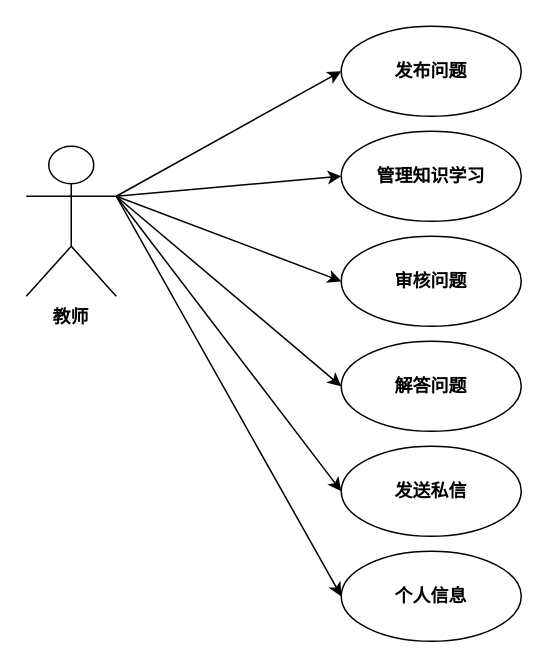
Before: 教师用例图.drawio in ov0-0vo/1, a draw.io diagram. Source tidied: cells renumbered, new cells numbered last; positions are measured from the earlier drawing's top-left corner, leaving out a move shared by most shapes. Both pictures are drawn from the tidied source at 150%, with x=0, y=0 at pixel (26, 26).
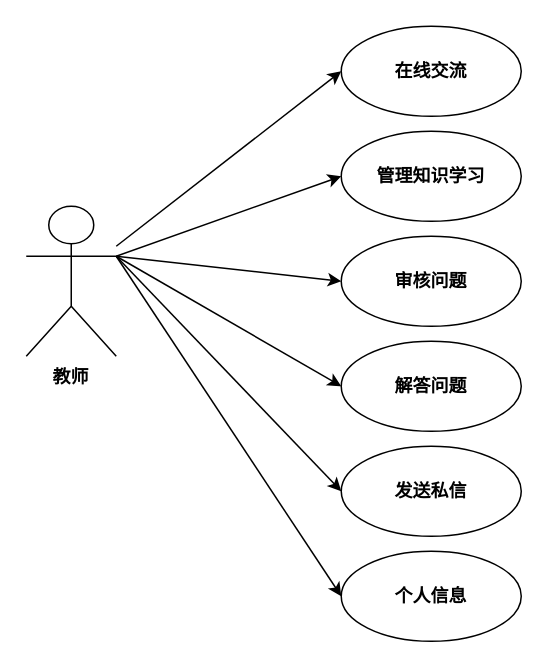
The same page after the edit.

Commit message:
更新教师用例图.drawio

Change to the diagram source:
```diff
@@
 <mxGraphModel>
   <root>
     <mxCell id="0" />
     <mxCell id="1" parent="0" />
-    <mxCell id="2" value="发布问题" style="rounded=1;whiteSpace=wrap;html=1;fontFamily=Helvetica;fontStyle=1;shape=ellipse;perimeter=ellipsePerimeter;" parent="1" vertex="1">
+    <mxCell id="2" value="在线交流" style="rounded=1;whiteSpace=wrap;html=1;fontFamily=Helvetica;fontStyle=1;shape=ellipse;perimeter=ellipsePerimeter;" parent="1" vertex="1">
       <mxGeometry x="210" width="120" height="60" as="geometry" />
     </mxCell>
     <mxCell id="3" style="rounded=0;jettySize=auto;html=1;entryX=0;entryY=0.5;entryDx=0;entryDy=0;" parent="1" edge="1" source="9" target="2">
       <mxGeometry relative="1" as="geometry" />
     </mxCell>
     <mxCell id="4" style="edgeStyle=none;shape=connector;rounded=0;jettySize=auto;html=1;entryX=0;entryY=0.5;entryDx=0;entryDy=0;labelBackgroundColor=default;fontFamily=Helvetica;fontSize=12;fontColor=default;endArrow=classic;exitX=1;exitY=0.3333333333333333;exitDx=0;exitDy=0;exitPerimeter=0;" parent="1" edge="1" source="9" target="10">
       <mxGeometry relative="1" as="geometry" />
     </mxCell>
     <mxCell id="5" style="edgeStyle=none;shape=connector;rounded=0;jettySize=auto;html=1;labelBackgroundColor=default;fontFamily=Helvetica;fontSize=12;fontColor=default;endArrow=classic;entryX=0;entryY=0.5;entryDx=0;entryDy=0;exitX=1;exitY=0.3333333333333333;exitDx=0;exitDy=0;exitPerimeter=0;" parent="1" edge="1" source="9" target="11">
       <mxGeometry relative="1" as="geometry" />
     </mxCell>
     <mxCell id="6" style="edgeStyle=none;shape=connector;rounded=0;jettySize=auto;html=1;entryX=0;entryY=0.5;entryDx=0;entryDy=0;labelBackgroundColor=default;fontFamily=Helvetica;fontSize=12;fontColor=default;endArrow=classic;exitX=1;exitY=0.3333333333333333;exitDx=0;exitDy=0;exitPerimeter=0;" parent="1" edge="1" source="9" target="12">
       <mxGeometry relative="1" as="geometry" />
     </mxCell>
     <mxCell id="7" style="edgeStyle=none;shape=connector;rounded=0;jettySize=auto;html=1;exitX=1;exitY=0.3333333333333333;exitDx=0;exitDy=0;exitPerimeter=0;entryX=0;entryY=0.5;entryDx=0;entryDy=0;labelBackgroundColor=default;fontFamily=Helvetica;fontSize=12;fontColor=default;endArrow=classic;" parent="1" edge="1" source="9" target="13">
       <mxGeometry relative="1" as="geometry" />
     </mxCell>
     <mxCell id="8" style="edgeStyle=none;shape=connector;rounded=0;jettySize=auto;html=1;exitX=1;exitY=0.3333333333333333;exitDx=0;exitDy=0;exitPerimeter=0;entryX=0;entryY=0.5;entryDx=0;entryDy=0;labelBackgroundColor=default;fontFamily=Helvetica;fontSize=12;fontColor=default;endArrow=classic;" parent="1" edge="1" source="9" target="14">
       <mxGeometry relative="1" as="geometry" />
     </mxCell>
     <mxCell id="9" value="教师" style="shape=umlActor;verticalLabelPosition=bottom;verticalAlign=top;outlineConnect=0;labelBackgroundColor=none;fontStyle=1;strokeWidth=1;fontFamily=Times New Roman;" parent="1" vertex="1">
-      <mxGeometry y="80" width="60" height="100" as="geometry" />
+      <mxGeometry y="120" width="60" height="100" as="geometry" />
     </mxCell>
     <mxCell id="10" value="管理知识学习" style="rounded=1;whiteSpace=wrap;html=1;fontFamily=Helvetica;fontStyle=1;shape=ellipse;perimeter=ellipsePerimeter;" parent="1" vertex="1">
       <mxGeometry x="210" y="70" width="120" height="60" as="geometry" />
     </mxCell>
     <mxCell id="11" value="解答问题" style="rounded=1;whiteSpace=wrap;html=1;fontFamily=Helvetica;fontStyle=1;shape=ellipse;perimeter=ellipsePerimeter;" parent="1" vertex="1">
       <mxGeometry x="210" y="210" width="120" height="60" as="geometry" />
     </mxCell>
     <mxCell id="12" value="个人信息" style="rounded=1;whiteSpace=wrap;html=1;fontFamily=Helvetica;fontStyle=1;shape=ellipse;perimeter=ellipsePerimeter;" parent="1" vertex="1">
       <mxGeometry x="210" y="350" width="120" height="60" as="geometry" />
     </mxCell>
     <mxCell id="13" value="发送私信" style="rounded=1;whiteSpace=wrap;html=1;fontFamily=Helvetica;fontStyle=1;shape=ellipse;perimeter=ellipsePerimeter;" parent="1" vertex="1">
       <mxGeometry x="210" y="280" width="120" height="60" as="geometry" />
     </mxCell>
     <mxCell id="14" value="审核问题" style="rounded=1;whiteSpace=wrap;html=1;fontFamily=Helvetica;fontStyle=1;shape=ellipse;perimeter=ellipsePerimeter;" parent="1" vertex="1">
       <mxGeometry x="210" y="140" width="120" height="60" as="geometry" />
     </mxCell>
   </root>
 </mxGraphModel>
```
